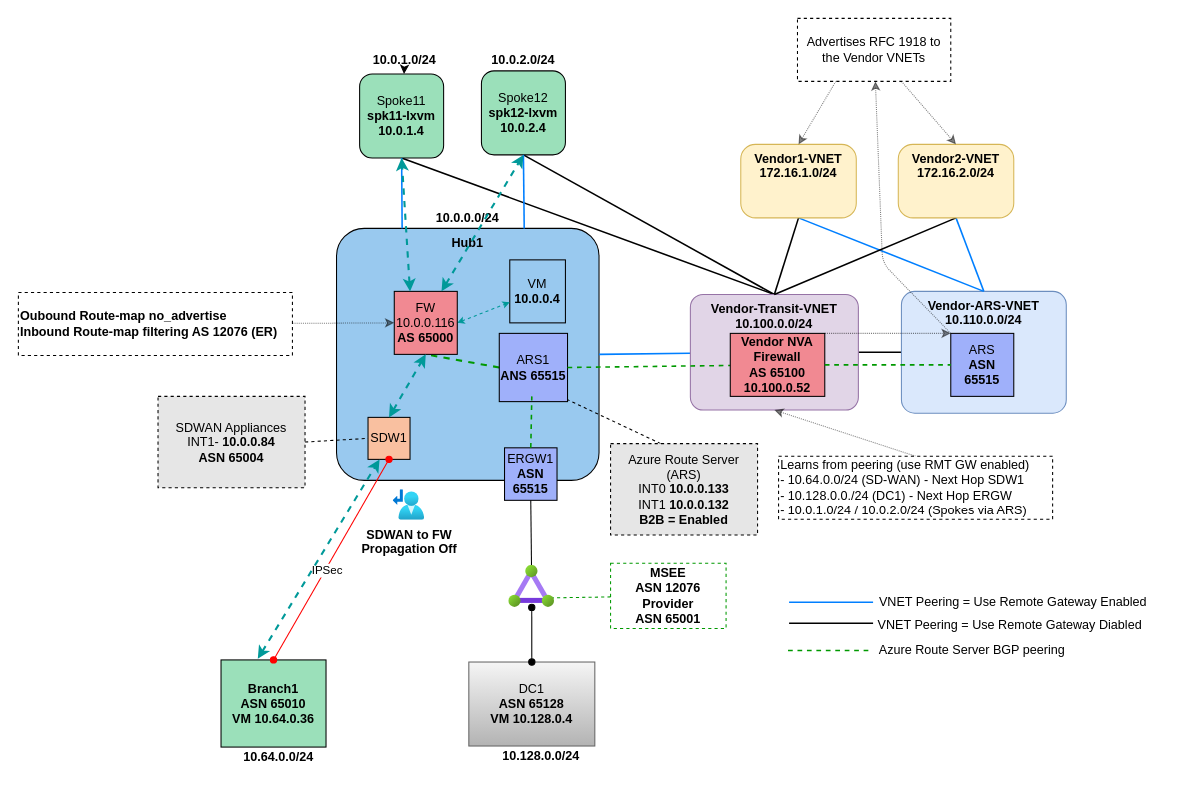
Earlier version of the draw.io diagram vendor-vnet-ars/lab.drawio (dmauser/azure-hub-spoke). Source tidied: cells renumbered, new cells numbered last; positions are measured from the earlier drawing's top-left corner, leaving out a move shared by most shapes. Both pictures are drawn from the tidied source at 105%, with x=0, y=0 at pixel (18, 18).
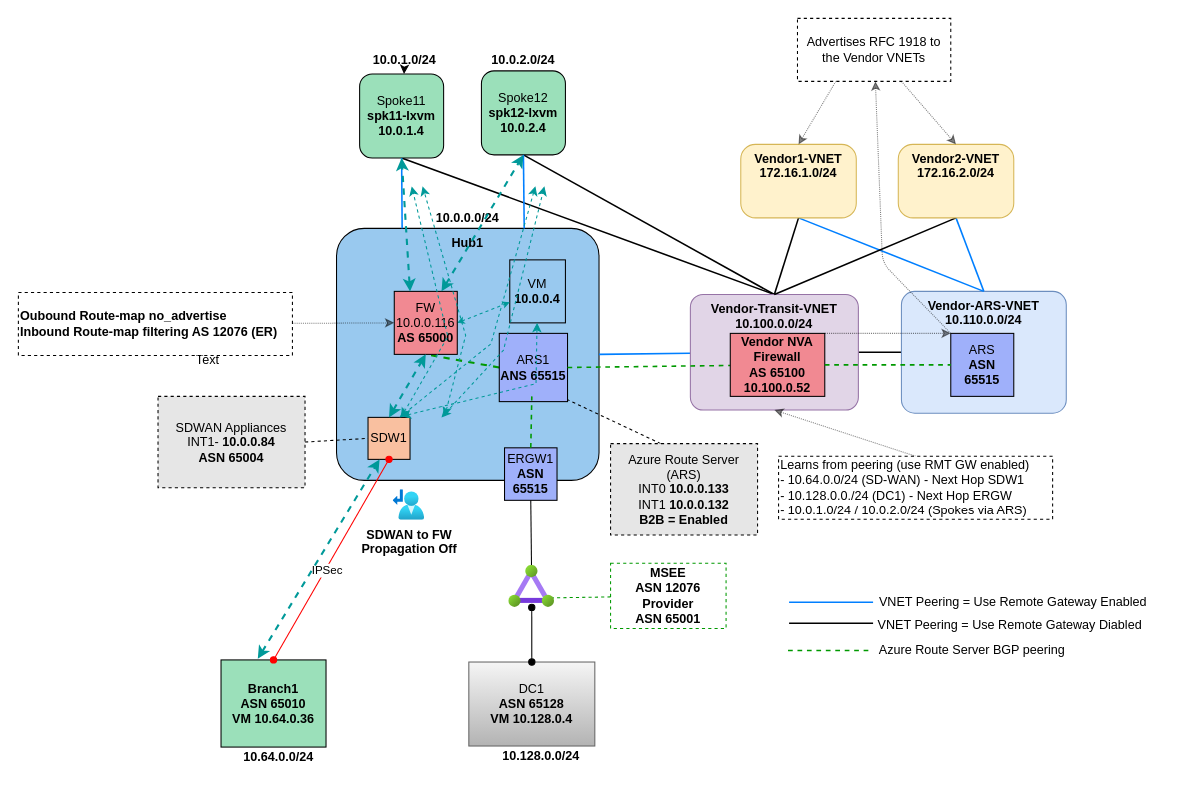
After the change.

The change refers to these unchanged cells:
```xml
<mxCell id="31" value="VM&lt;br&gt;&lt;b&gt;10.0.0.4&lt;/b&gt;" style="text;align=center;html=1;verticalAlign=middle;whiteSpace=wrap;rounded=0;fontSize=12;strokeColor=default;" parent="1" vertex="1">
  <mxGeometry x="468" y="230" width="53" height="60" as="geometry" />
</mxCell>
```

Diff of the diagram source:
```diff
@@
+    <mxCell id="73" parent="0" />
+    <mxCell id="74" style="endArrow=classic;startArrow=classic;html=1;rounded=0;dashed=1;strokeWidth=1;strokeColor=#009999;" parent="73" edge="1">
+      <mxGeometry relative="1" as="geometry">
+        <mxPoint x="364.5" y="380" as="sourcePoint" />
+        <mxPoint x="374.6" y="160" as="targetPoint" />
+        <Array as="points">
+          <mxPoint x="409" y="303" />
+        </Array>
+      </mxGeometry>
+    </mxCell>
+    <mxCell id="75" style="endArrow=classic;startArrow=classic;html=1;rounded=0;dashed=1;strokeWidth=1;strokeColor=#009999;entryX=0.75;entryY=1;entryDx=0;entryDy=0;exitX=0;exitY=0.5;exitDx=0;exitDy=0;" parent="73" edge="1">
+      <mxGeometry relative="1" as="geometry">
+        <mxPoint x="403" y="380" as="sourcePoint" />
+        <mxPoint x="501" y="160" as="targetPoint" />
+        <Array as="points">
+          <mxPoint x="462" y="316" />
+        </Array>
+      </mxGeometry>
+    </mxCell>
+    <mxCell id="76" style="endArrow=classic;startArrow=classic;html=1;rounded=0;dashed=1;strokeWidth=1;strokeColor=#009999;entryX=0.75;entryY=1;entryDx=0;entryDy=0;" parent="73" edge="1">
+      <mxGeometry relative="1" as="geometry">
+        <mxPoint x="406" y="379" as="sourcePoint" />
+        <mxPoint x="385" y="160" as="targetPoint" />
+        <Array as="points">
+          <mxPoint x="426" y="302" />
+        </Array>
+      </mxGeometry>
+    </mxCell>
+    <mxCell id="77" style="endArrow=classic;startArrow=classic;html=1;rounded=0;dashed=1;strokeWidth=1;strokeColor=#009999;entryX=0.642;entryY=0.999;entryDx=0;entryDy=0;exitX=0;exitY=0.25;exitDx=0;exitDy=0;entryPerimeter=0;" parent="73" edge="1">
+      <mxGeometry relative="1" as="geometry">
+        <mxPoint x="363" y="380" as="sourcePoint" />
+        <mxPoint x="492.4" y="159.9" as="targetPoint" />
+        <Array as="points">
+          <mxPoint x="450" y="310" />
+        </Array>
+      </mxGeometry>
+    </mxCell>
+    <mxCell id="78" style="endArrow=classic;startArrow=classic;html=1;rounded=0;dashed=1;strokeWidth=1;strokeColor=#009999;" parent="73" edge="1" target="31">
+      <mxGeometry relative="1" as="geometry">
+        <mxPoint x="365" y="379" as="sourcePoint" />
+        <Array as="points">
+          <mxPoint x="493" y="348" />
+        </Array>
+      </mxGeometry>
+    </mxCell>
+    <mxCell id="79" value="Text" style="text;html=1;align=center;verticalAlign=middle;strokeColor=none;fillColor=none;" parent="73" vertex="1">
+      <mxGeometry x="160" y="313" width="40" height="26" as="geometry" />
+    </mxCell>
```
